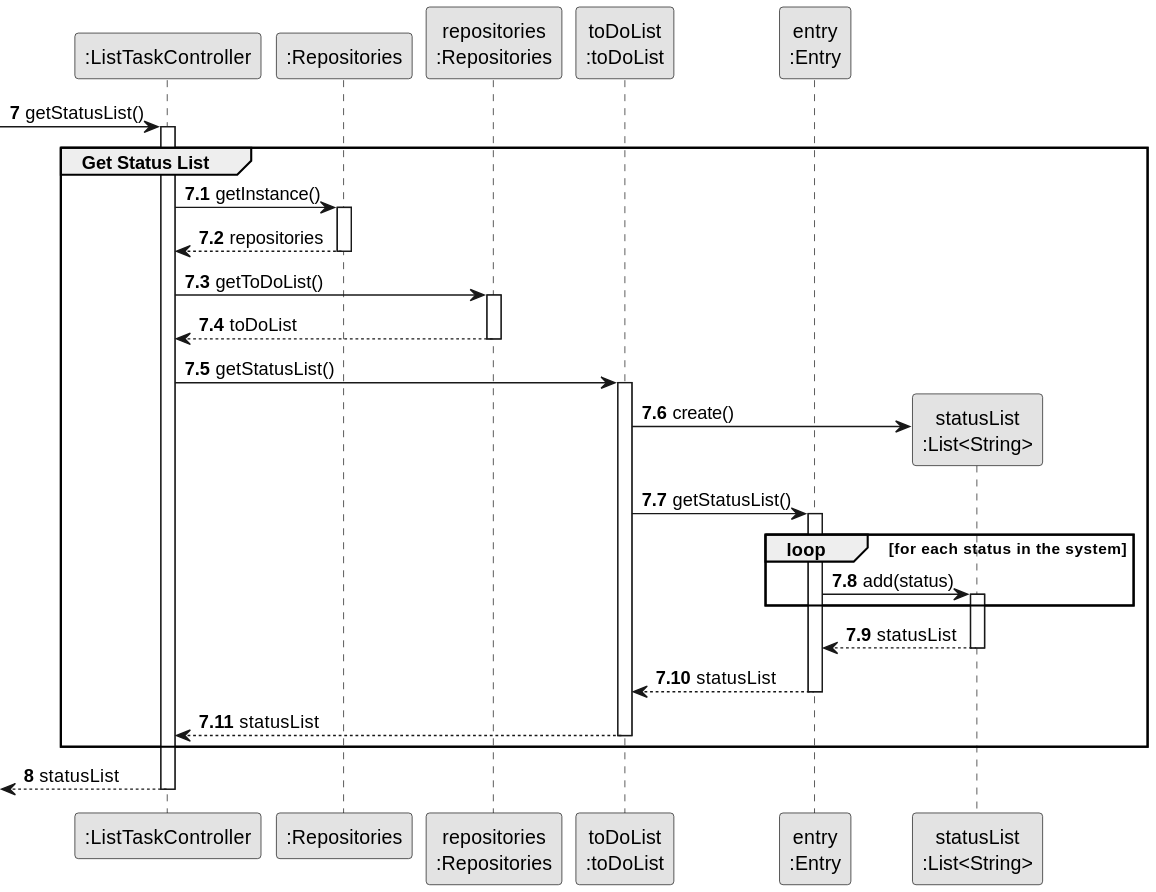
Earlier version of the PlantUML export docs/sprintC/us028/03.design/svg/us028-sequence-diagram-partial-get-status-list.svg (diogoveirospro/lei-24-s2-1dg-g072).
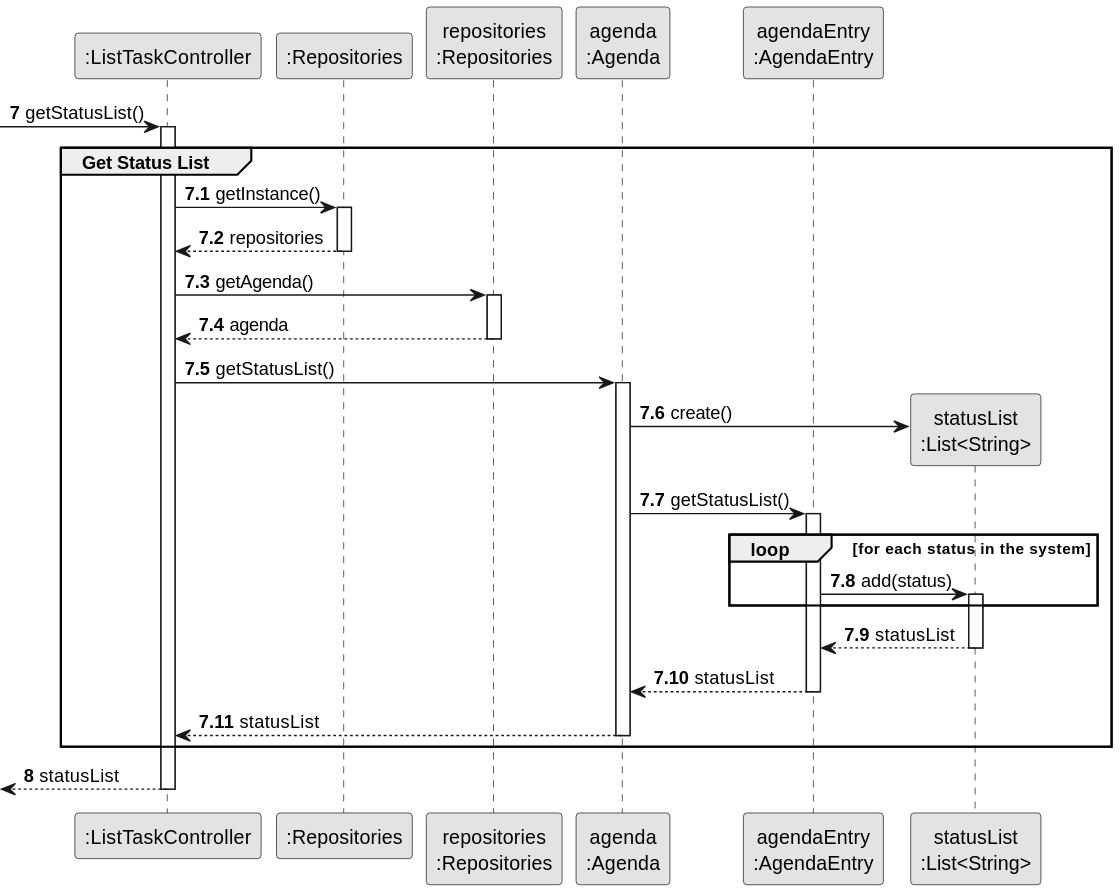
The same file after the commit.

Diff of the diagram source:
```diff
@@ -6,8 +6,8 @@
 participant ":ListTaskController" as CTRL
 participant ":Repositories" as RepositorySingleton
 participant "repositories\n:Repositories" as REP
-participant "toDoList\n:toDoList" as toDoList
-participant "entry\n:Entry" as entry
+participant "agenda\n:Agenda" as agenda
+participant "agendaEntry\n:AgendaEntry" as agendaEntry
 participant "statusList\n:List<String>" as LISTSTATUS
 
 autonumber 7
@@ -24,29 +24,29 @@
             RepositorySingleton --> CTRL : repositories
             deactivate RepositorySingleton
 
-        CTRL -> REP : getToDoList()
+        CTRL -> REP : getAgenda()
             activate REP
 
-            REP --> CTRL : toDoList
+            REP --> CTRL : agenda
             deactivate REP
 
-        CTRL -> toDoList : getStatusList()
-            activate toDoList
+        CTRL -> agenda : getStatusList()
+            activate agenda
 
-            toDoList -> LISTSTATUS** : create()
-                    toDoList -> entry : getStatusList()
-                        activate entry
+            agenda -> LISTSTATUS** : create()
+                    agenda -> agendaEntry : getStatusList()
+                        activate agendaEntry
 
                             loop for each status in the system
-                                entry -> LISTSTATUS : add(status)
+                                agendaEntry -> LISTSTATUS : add(status)
                                 activate LISTSTATUS
                             end
-                        LISTSTATUS --> entry : statusList
+                        LISTSTATUS --> agendaEntry : statusList
                         deactivate LISTSTATUS
-                    entry --> toDoList : statusList
-                    deactivate entry
-        toDoList --> CTRL : statusList
-        deactivate toDoList
+                    agendaEntry --> agenda : statusList
+                    deactivate agendaEntry
+        agenda --> CTRL : statusList
+        deactivate agenda
 
     end
 
```
